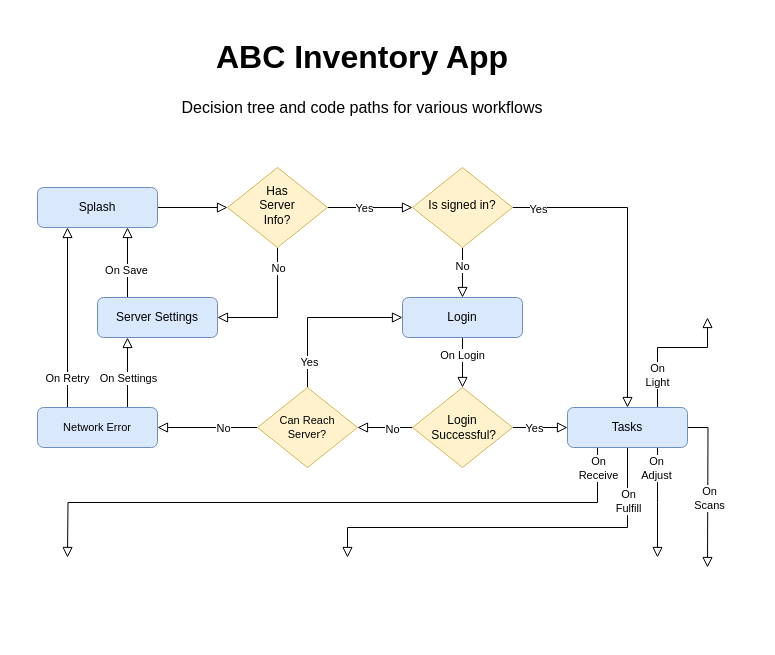
Earlier version of the draw.io diagram diagrams/abc_inventory_app.drawio (abcsoftware/abc-docs). Source tidied: cells renumbered, new cells numbered last; positions are measured from the earlier drawing's top-left corner, leaving out a move shared by most shapes. Both pictures are drawn from the tidied source at 100%, with x=0, y=0 at pixel (37, 27).
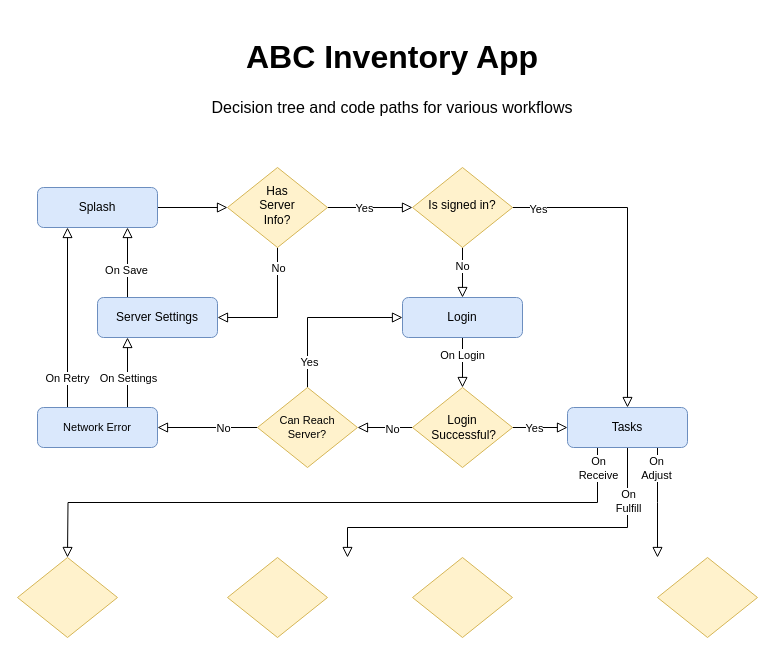
After the change.

Commit message:
clean up tasks and start on modules

The change refers to these unchanged cells:
```xml
<mxCell id="30" value="Tasks" style="rounded=1;whiteSpace=wrap;html=1;fontSize=12;glass=0;strokeWidth=1;shadow=0;fillColor=#dae8fc;strokeColor=#6c8ebf;" parent="1" vertex="1">
  <mxGeometry x="530" y="380" width="120" height="40" as="geometry" />
</mxCell>
```

Diff of the diagram source:
```diff
@@
-    <mxCell id="26" style="edgeStyle=orthogonalEdgeStyle;shape=connector;rounded=0;jettySize=auto;html=1;exitX=1;exitY=0.5;exitDx=0;exitDy=0;shadow=0;labelBackgroundColor=none;strokeColor=default;strokeWidth=1;fontFamily=Helvetica;fontSize=11;fontColor=default;endArrow=block;endFill=0;endSize=8;" parent="1" edge="1" source="30">
-      <mxGeometry relative="1" as="geometry">
-        <mxPoint x="670" y="540" as="targetPoint" />
-      </mxGeometry>
-    </mxCell>
-    <mxCell id="27" value="On&lt;br&gt;Scans" style="edgeLabel;html=1;align=center;verticalAlign=middle;fontSize=11;fontFamily=Helvetica;fontColor=default;" parent="26" vertex="1">
-      <mxGeometry x="0.39" y="1" relative="1" as="geometry">
-        <mxPoint y="-21" as="offset" />
-      </mxGeometry>
-    </mxCell>
-    <mxCell id="28" style="edgeStyle=orthogonalEdgeStyle;shape=connector;rounded=0;jettySize=auto;html=1;exitX=0.75;exitY=0;exitDx=0;exitDy=0;shadow=0;labelBackgroundColor=none;strokeColor=default;strokeWidth=1;fontFamily=Helvetica;fontSize=11;fontColor=default;endArrow=block;endFill=0;endSize=8;" parent="1" edge="1" source="30">
-      <mxGeometry relative="1" as="geometry">
-        <mxPoint x="670" y="290" as="targetPoint" />
-        <Array as="points">
-          <mxPoint x="620" y="320" />
-          <mxPoint x="670" y="320" />
-        </Array>
-      </mxGeometry>
-    </mxCell>
-    <mxCell id="29" value="On&lt;br&gt;Light" style="edgeLabel;html=1;align=center;verticalAlign=middle;fontSize=11;fontFamily=Helvetica;fontColor=default;" parent="28" vertex="1">
-      <mxGeometry x="-0.53" y="1" relative="1" as="geometry" />
-    </mxCell>
@@
     <mxCell id="46" value="&lt;h1 style=&quot;&quot;&gt;ABC Inventory App&lt;/h1&gt;&lt;p&gt;Decision tree and code paths for various workflows&lt;/p&gt;" style="text;html=1;strokeColor=none;fillColor=none;spacing=5;spacingTop=-20;whiteSpace=wrap;overflow=hidden;rounded=0;fontSize=16;align=center;" parent="1" vertex="1">
-      <mxGeometry x="60" width="530" height="100" as="geometry" />
+      <mxGeometry x="90" width="530" height="100" as="geometry" />
     </mxCell>
+    <mxCell id="47" style="strokeWidth=1;html=1;shape=mxgraph.flowchart.decision;whiteSpace=wrap;fontSize=16;fillColor=#fff2cc;strokeColor=#d6b656;" parent="1" vertex="1">
+      <mxGeometry x="-20" y="530" width="100" height="80" as="geometry" />
+    </mxCell>
+    <mxCell id="48" style="strokeWidth=1;html=1;shape=mxgraph.flowchart.decision;whiteSpace=wrap;fontSize=16;fillColor=#fff2cc;strokeColor=#d6b656;" parent="1" vertex="1">
+      <mxGeometry x="190" y="530" width="100" height="80" as="geometry" />
+    </mxCell>
+    <mxCell id="49" style="strokeWidth=1;html=1;shape=mxgraph.flowchart.decision;whiteSpace=wrap;fontSize=16;fillColor=#fff2cc;strokeColor=#d6b656;" parent="1" vertex="1">
+      <mxGeometry x="375" y="530" width="100" height="80" as="geometry" />
+    </mxCell>
+    <mxCell id="50" style="strokeWidth=1;html=1;shape=mxgraph.flowchart.decision;whiteSpace=wrap;fontSize=16;fillColor=#fff2cc;strokeColor=#d6b656;" parent="1" vertex="1">
+      <mxGeometry x="620" y="530" width="100" height="80" as="geometry" />
+    </mxCell>
```
